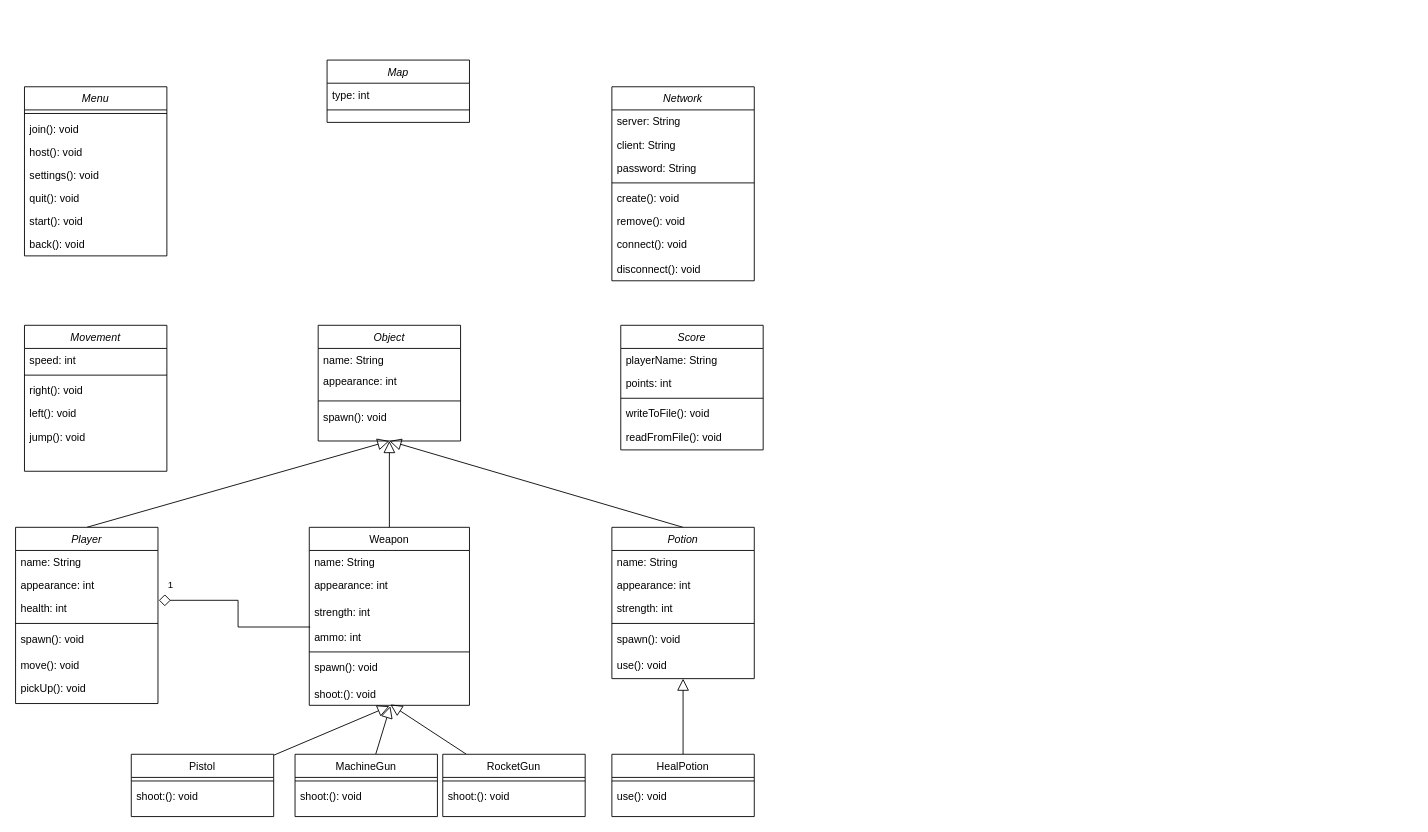
Zaion-BM/Dueling-Fates keeps this draw.io diagram as class.drawio. Above is the earlier version. Source tidied: cells renumbered, new cells numbered last; positions are measured from the earlier drawing's top-left corner, leaving out a move shared by most shapes. Both pictures are drawn from the tidied source at 89%, with x=0, y=0 at pixel (15, 60).
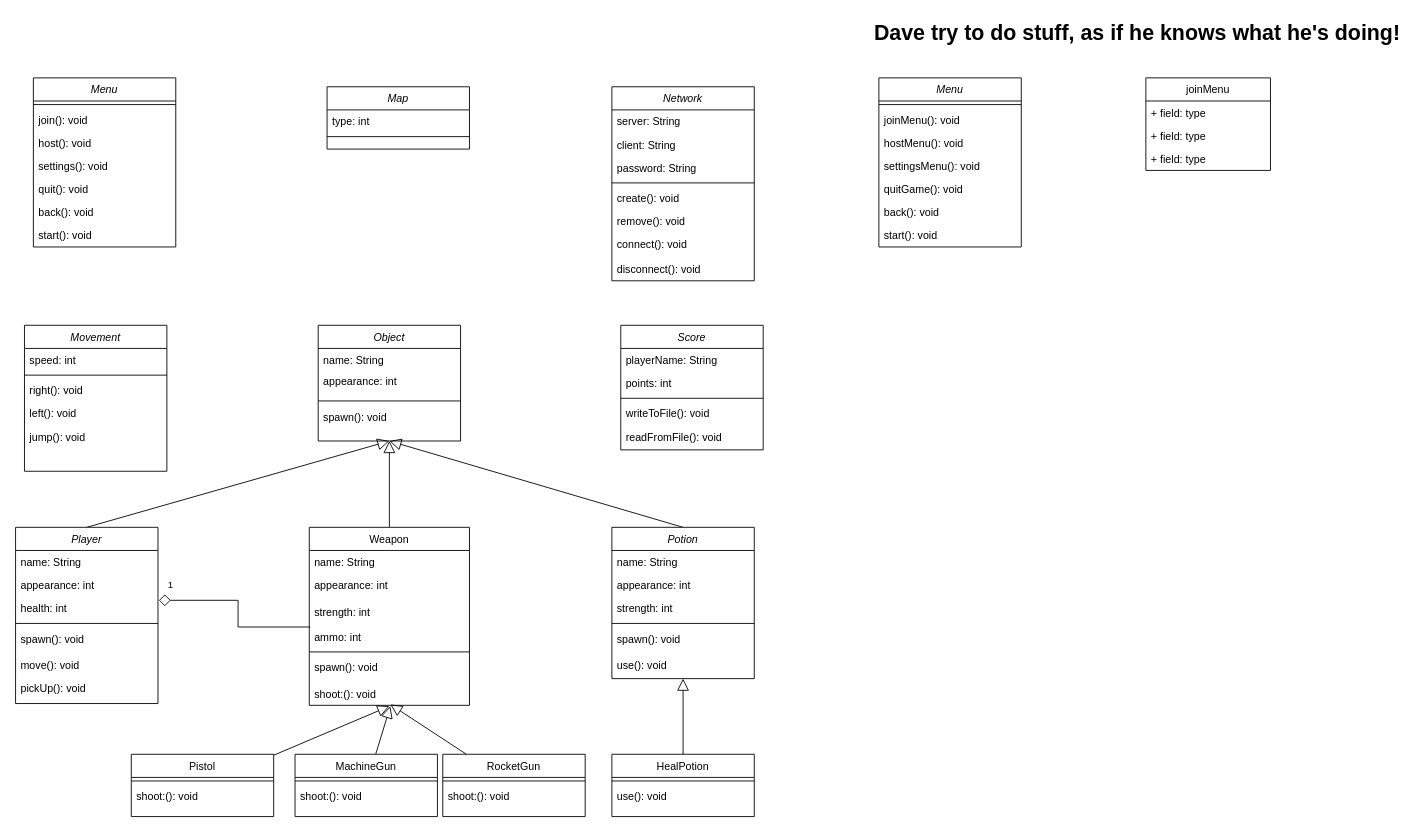
Above is the later version.

What changed in the source:
```diff
@@
     <mxCell id="2" value="Map" style="swimlane;fontStyle=2;align=center;verticalAlign=top;horizontal=1;startSize=26;rounded=0;shadow=0;strokeWidth=1;" parent="1" vertex="1">
-      <mxGeometry x="350" width="160" height="70" as="geometry" />
+      <mxGeometry x="350" y="30" width="160" height="70" as="geometry" />
     </mxCell>
@@
     <mxCell id="62" value="Menu" style="swimlane;fontStyle=2;align=center;verticalAlign=top;horizontal=1;startSize=26;rounded=0;shadow=0;strokeWidth=1;" parent="1" vertex="1">
-      <mxGeometry x="10" y="30" width="160" height="190" as="geometry" />
+      <mxGeometry x="20" y="20" width="160" height="190" as="geometry" />
     </mxCell>
@@
+    <mxCell id="69" value="back(): void" style="text;align=left;verticalAlign=top;spacingLeft=4;spacingRight=4;overflow=hidden;" parent="62" vertex="1">
+      <mxGeometry y="138" width="160" height="26" as="geometry" />
+    </mxCell>
     <mxCell id="68" value="start(): void" style="text;align=left;verticalAlign=top;spacingLeft=4;spacingRight=4;overflow=hidden;" parent="62" vertex="1">
-      <mxGeometry y="138" width="160" height="26" as="geometry" />
+      <mxGeometry y="164" width="160" height="26" as="geometry" />
     </mxCell>
-    <mxCell id="69" value="back(): void" style="text;align=left;verticalAlign=top;spacingLeft=4;spacingRight=4;overflow=hidden;" parent="62" vertex="1">
-      <mxGeometry y="164" width="160" height="26" as="geometry" />
-    </mxCell>
@@
+    <mxCell id="82" value="Menu" style="swimlane;fontStyle=2;align=center;verticalAlign=top;horizontal=1;startSize=26;rounded=0;shadow=0;strokeWidth=1;" parent="1" vertex="1">
+      <mxGeometry x="970" y="20" width="160" height="190" as="geometry" />
+    </mxCell>
+    <mxCell id="83" style="line;html=1;strokeWidth=1;align=left;verticalAlign=middle;spacingTop=-1;spacingLeft=3;spacingRight=3;labelPosition=right;" parent="82" vertex="1">
+      <mxGeometry y="26" width="160" height="8" as="geometry" />
+    </mxCell>
+    <mxCell id="84" value="joinMenu(): void" style="text;align=left;verticalAlign=top;spacingLeft=4;spacingRight=4;overflow=hidden;" parent="82" vertex="1">
+      <mxGeometry y="34" width="160" height="26" as="geometry" />
+    </mxCell>
+    <mxCell id="85" value="hostMenu(): void" style="text;align=left;verticalAlign=top;spacingLeft=4;spacingRight=4;overflow=hidden;" parent="82" vertex="1">
+      <mxGeometry y="60" width="160" height="26" as="geometry" />
+    </mxCell>
+    <mxCell id="86" value="settingsMenu(): void" style="text;align=left;verticalAlign=top;spacingLeft=4;spacingRight=4;overflow=hidden;" parent="82" vertex="1">
+      <mxGeometry y="86" width="160" height="26" as="geometry" />
+    </mxCell>
+    <mxCell id="87" value="quitGame(): void" style="text;align=left;verticalAlign=top;spacingLeft=4;spacingRight=4;overflow=hidden;" parent="82" vertex="1">
+      <mxGeometry y="112" width="160" height="26" as="geometry" />
+    </mxCell>
+    <mxCell id="88" value="back(): void" style="text;align=left;verticalAlign=top;spacingLeft=4;spacingRight=4;overflow=hidden;" parent="82" vertex="1">
+      <mxGeometry y="138" width="160" height="26" as="geometry" />
+    </mxCell>
+    <mxCell id="89" value="start(): void" style="text;align=left;verticalAlign=top;spacingLeft=4;spacingRight=4;overflow=hidden;" parent="82" vertex="1">
+      <mxGeometry y="164" width="160" height="26" as="geometry" />
+    </mxCell>
+    <mxCell id="90" value="joinMenu" style="swimlane;fontStyle=0;horizontal=1;startSize=26;fillColor=none;" parent="1" vertex="1">
+      <mxGeometry x="1270" y="20" width="140" height="104" as="geometry" />
+    </mxCell>
+    <mxCell id="91" value="+ field: type" style="text;strokeColor=none;fillColor=none;align=left;verticalAlign=top;spacingLeft=4;spacingRight=4;overflow=hidden;" parent="90" vertex="1">
+      <mxGeometry y="26" width="140" height="26" as="geometry" />
+    </mxCell>
+    <mxCell id="92" value="+ field: type" style="text;strokeColor=none;fillColor=none;align=left;verticalAlign=top;spacingLeft=4;spacingRight=4;overflow=hidden;" parent="90" vertex="1">
+      <mxGeometry y="52" width="140" height="26" as="geometry" />
+    </mxCell>
+    <mxCell id="93" value="+ field: type" style="text;strokeColor=none;fillColor=none;align=left;verticalAlign=top;spacingLeft=4;spacingRight=4;overflow=hidden;" parent="90" vertex="1">
+      <mxGeometry y="78" width="140" height="26" as="geometry" />
+    </mxCell>
+    <mxCell id="94" value="Dave try to do stuff, as if he knows what he's doing!" style="text;strokeColor=none;fillColor=none;html=1;fontSize=24;fontStyle=1;verticalAlign=middle;align=center;" parent="1" vertex="1">
+      <mxGeometry x="950" y="-50" width="620" height="40" as="geometry" />
+    </mxCell>
```
